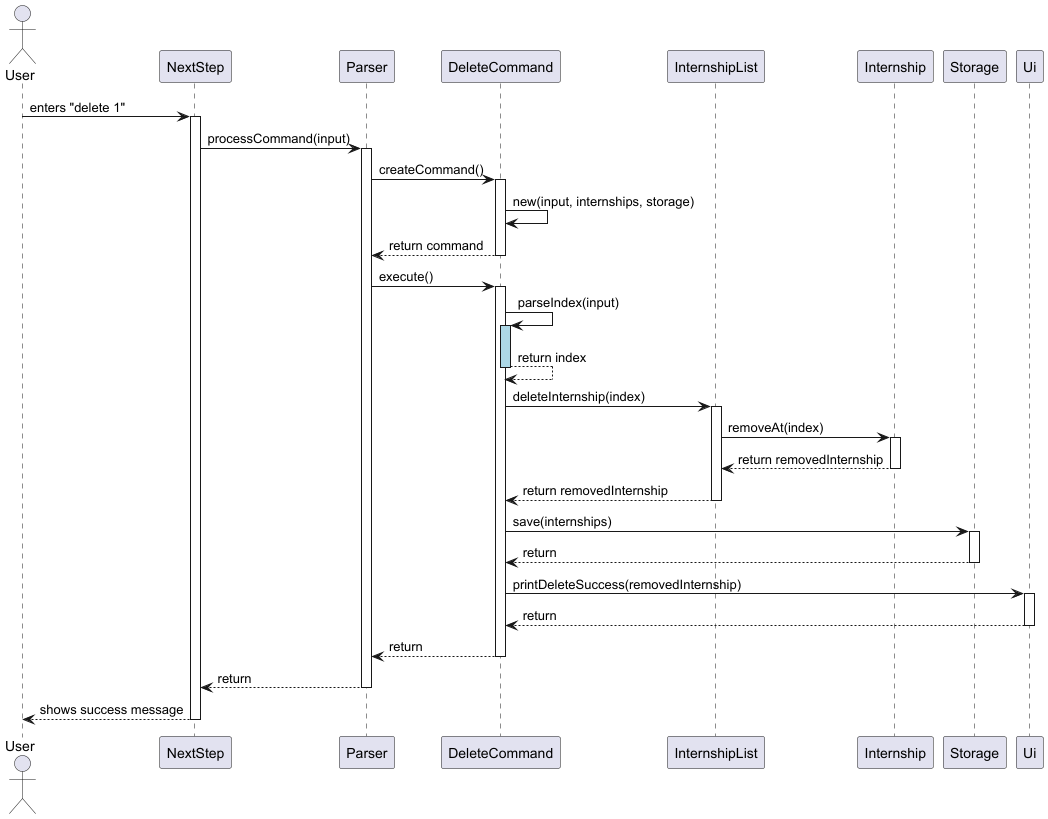
Earlier version of the PlantUML export docs/images/deleteCommandSequence.png (xyanjun02/tp). The source it was exported from:
```plantuml
@startuml

actor User
participant NextStep
participant Parser
participant DeleteCommand
participant InternshipList
participant Internship
participant Storage
participant Ui

User -> NextStep : enters "delete 1"
activate NextStep

NextStep -> Parser : processCommand(input)
activate Parser

Parser -> DeleteCommand : createCommand()
activate DeleteCommand
DeleteCommand -> DeleteCommand : new(input, internships, storage)
DeleteCommand --> Parser : return command
deactivate DeleteCommand

Parser -> DeleteCommand : execute()
activate DeleteCommand

DeleteCommand -> DeleteCommand : parseIndex(input)
activate DeleteCommand #lightblue
DeleteCommand --> DeleteCommand : return index
deactivate DeleteCommand

DeleteCommand -> InternshipList : deleteInternship(index)
activate InternshipList
InternshipList -> Internship : removeAt(index)
activate Internship
Internship --> InternshipList : return removedInternship
deactivate Internship
InternshipList --> DeleteCommand : return removedInternship
deactivate InternshipList

DeleteCommand -> Storage : save(internships)
activate Storage
Storage --> DeleteCommand : return
deactivate Storage

DeleteCommand -> Ui : printDeleteSuccess(removedInternship)
activate Ui
Ui --> DeleteCommand : return
deactivate Ui

DeleteCommand --> Parser : return
deactivate DeleteCommand

Parser --> NextStep : return
deactivate Parser

NextStep --> User : shows success message
deactivate NextStep
@enduml
```
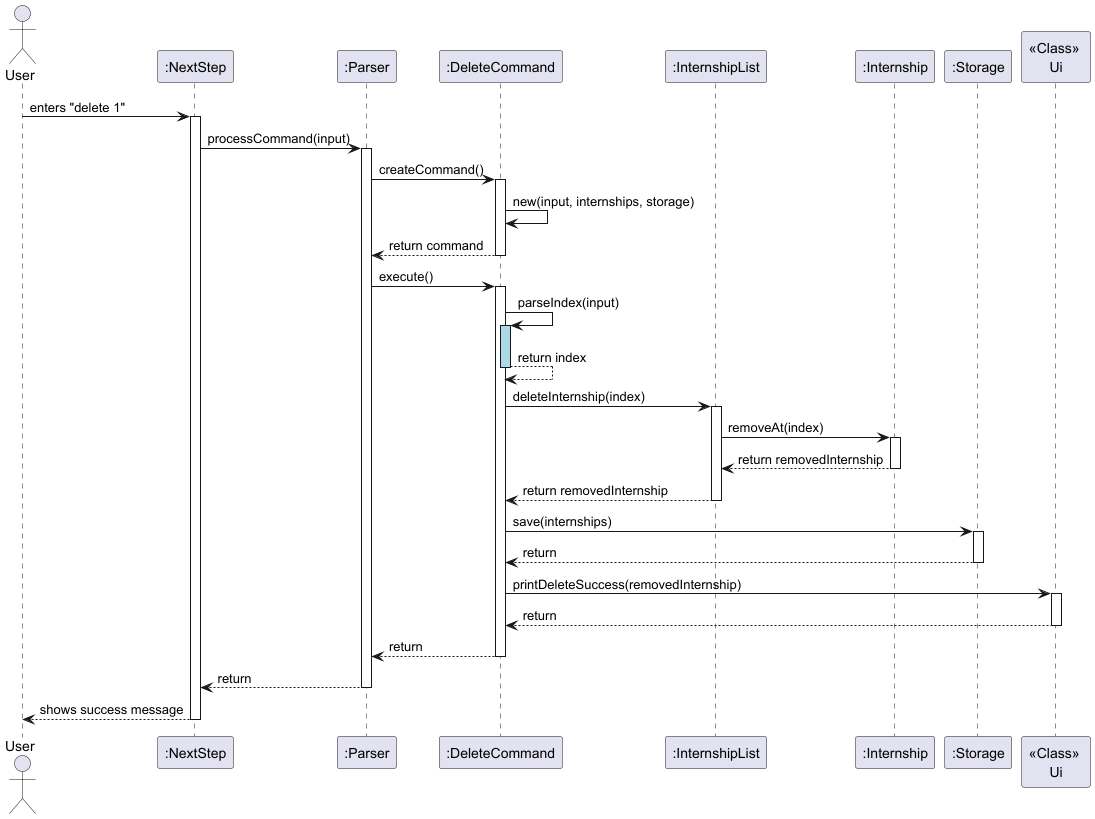
The same file after the commit.

What changed in the source:
```diff
@@ -1,13 +1,13 @@
 @startuml
 
 actor User
-participant NextStep
-participant Parser
-participant DeleteCommand
-participant InternshipList
-participant Internship
-participant Storage
-participant Ui
+participant ":NextStep" as NextStep
+participant ":Parser" as Parser
+participant ":DeleteCommand" as DeleteCommand
+participant ":InternshipList" as InternshipList
+participant ":Internship" as Internship
+participant ":Storage" as Storage
+participant "<<Class>> \nUi" as Ui
 
 User -> NextStep : enters "delete 1"
 activate NextStep
```
